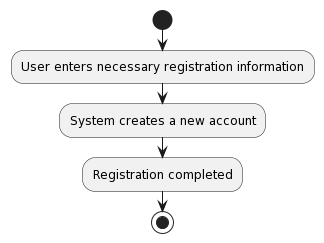
Earlier version of the PlantUML export Lab1.2/ActivityDiagram/signup.png (baonehe/SE357-Pratice-class). Source of this version:
```plantuml
@startuml
!define REGISTER <<(A,green) Register>>

start
:User enters necessary registration information;
:System creates a new account;
:Registration completed;
stop
@enduml
```
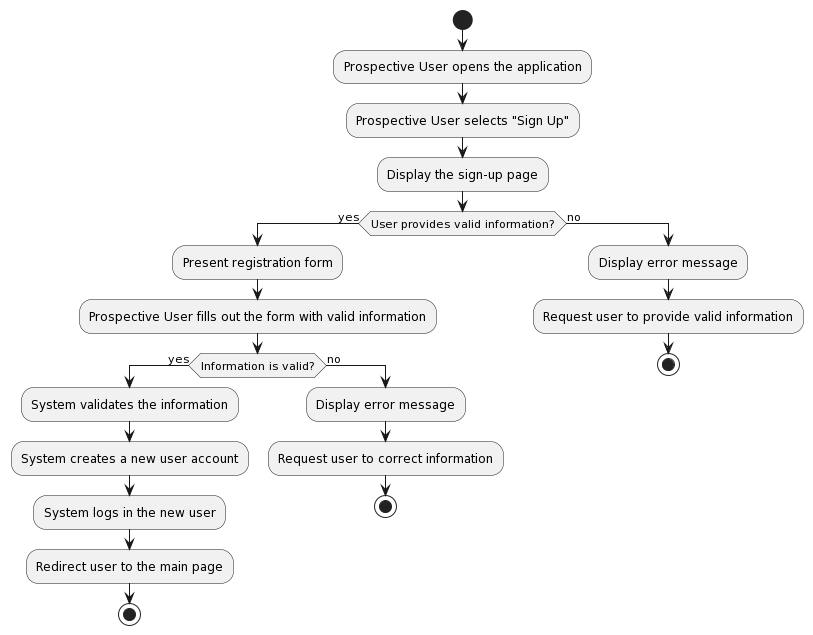
The same diagram one commit later.

The edit, as a diff of the source:
```diff
@@ -1,9 +1,35 @@
 @startuml
-!define REGISTER <<(A,green) Register>>
+skinparam activity {
+  BackgroundColor<<success>> LightGreen
+  BorderColor<<success>> Green
+  BackgroundColor<<error>> LightSalmon
+  BorderColor<<error>> DarkRed
+}
 
 start
-:User enters necessary registration information;
-:System creates a new account;
-:Registration completed;
-stop
+:Prospective User opens the application;
+:Prospective User selects "Sign Up";
+:Display the sign-up page;
+
+if (User provides valid information?) then (yes)
+  :Present registration form;
+  :Prospective User fills out the form with valid information;
+
+  if (Information is valid?) then (yes)
+    :System validates the information;
+    :System creates a new user account;
+    :System logs in the new user;
+    :Redirect user to the main page;
+    stop
+  else (no)
+    :Display error message;
+    :Request user to correct information;
+    stop
+  endif
+
+else (no)
+  :Display error message;
+  :Request user to provide valid information;
+  stop
+endif
 @enduml
```
